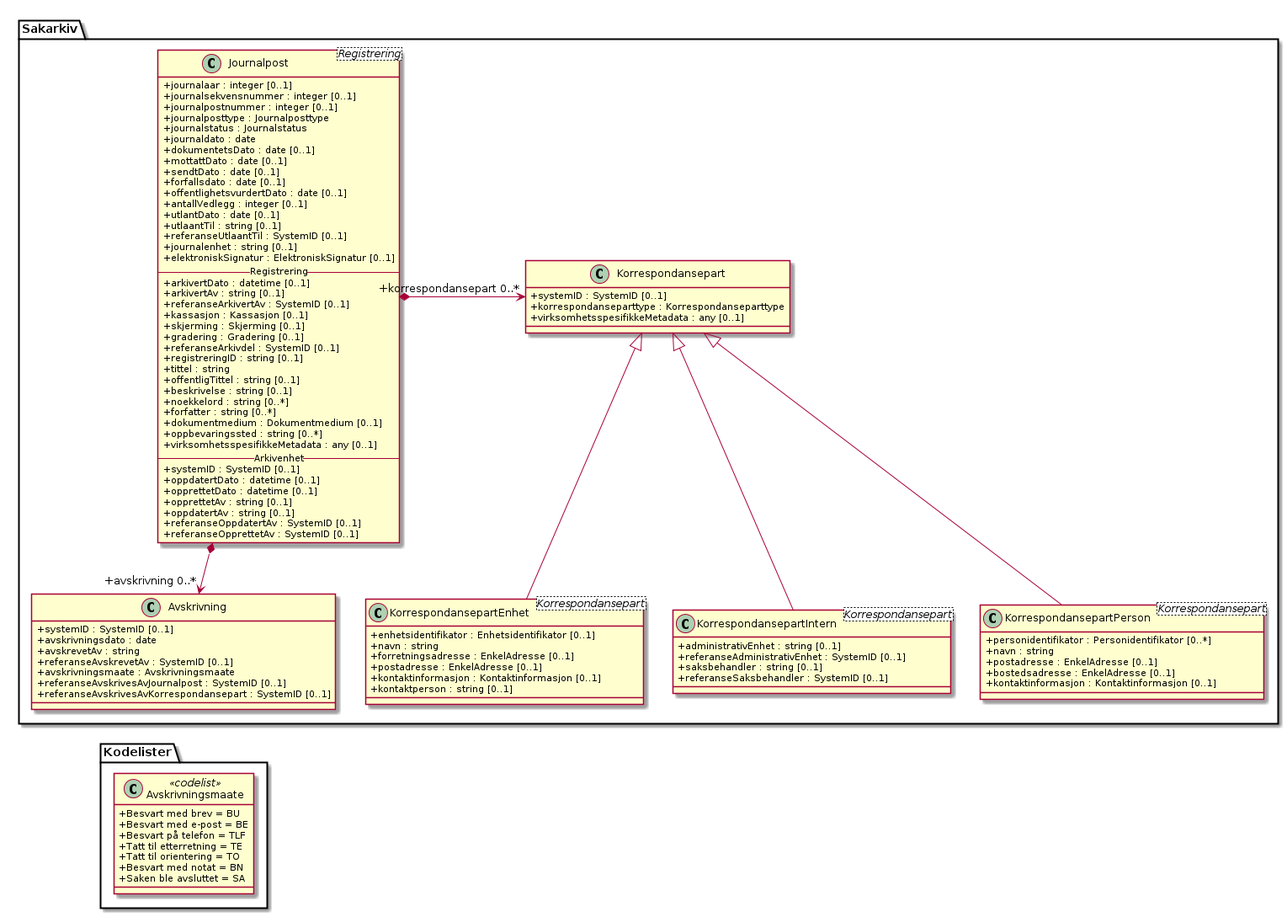
arkivverket/noark5-tjenestegrensesnitt-standard keeps this PlantUML diagram as kapitler/media/uml-klasse-avskrivning.png. Above is the earlier version.
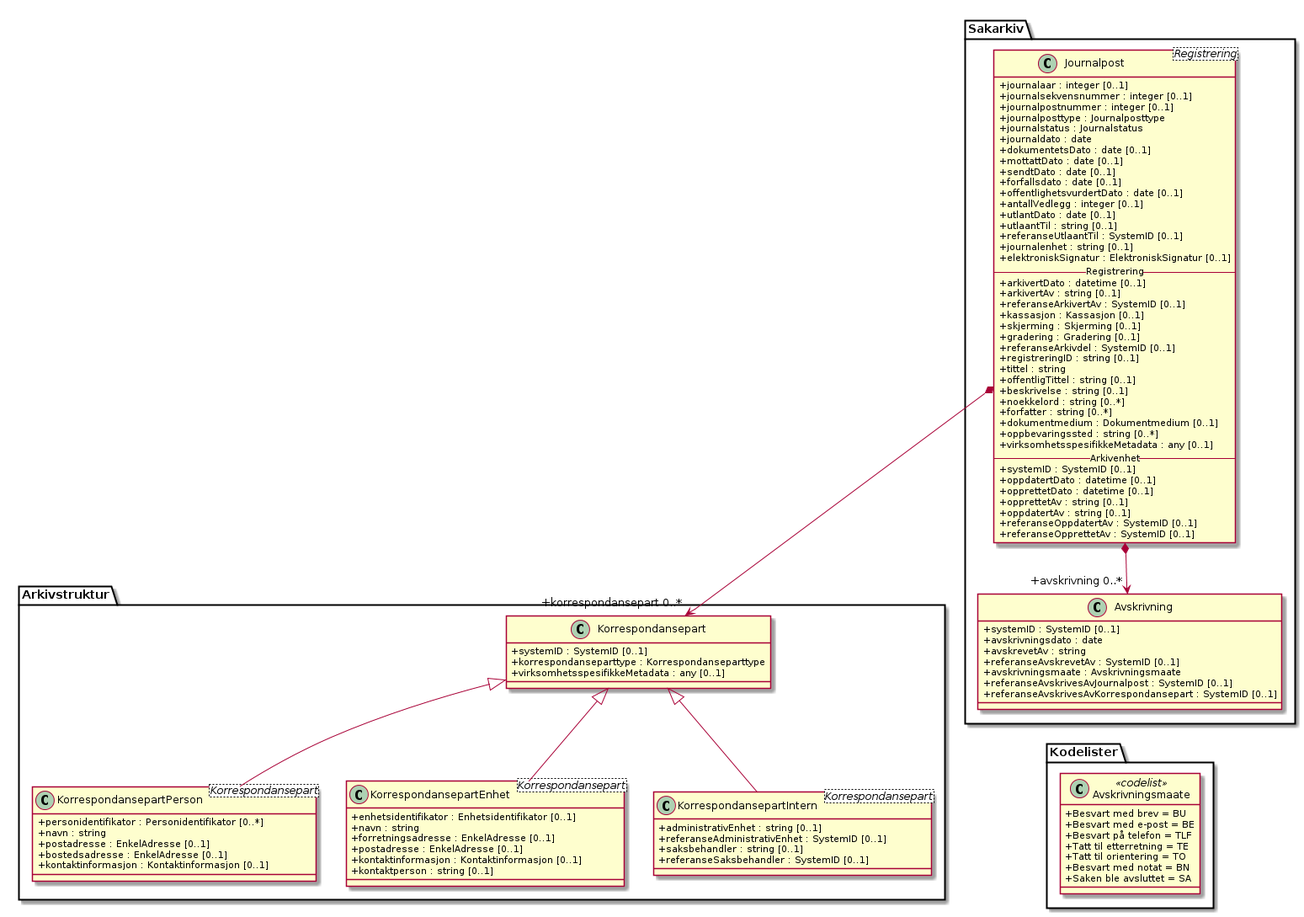
Above is the later version.

Diff of the diagram source:
```diff
@@ -47,19 +47,19 @@
   +referanseOppdatertAv : SystemID [0..1]
   +referanseOpprettetAv : SystemID [0..1]
 }
-class Sakarkiv.Korrespondansepart {
+class Arkivstruktur.Korrespondansepart {
   +systemID : SystemID [0..1]
   +korrespondanseparttype : Korrespondanseparttype
   +virksomhetsspesifikkeMetadata : any [0..1]
 }
-class Sakarkiv.KorrespondansepartPerson <Korrespondansepart> {
+class Arkivstruktur.KorrespondansepartPerson <Korrespondansepart> {
   +personidentifikator : Personidentifikator [0..*]
   +navn : string
   +postadresse : EnkelAdresse [0..1]
   +bostedsadresse : EnkelAdresse [0..1]
   +kontaktinformasjon : Kontaktinformasjon [0..1]
 }
-class Sakarkiv.KorrespondansepartEnhet <Korrespondansepart> {
+class Arkivstruktur.KorrespondansepartEnhet <Korrespondansepart> {
   +enhetsidentifikator : Enhetsidentifikator [0..1]
   +navn : string
   +forretningsadresse : EnkelAdresse [0..1]
@@ -67,7 +67,7 @@
   +kontaktinformasjon : Kontaktinformasjon [0..1]
   +kontaktperson : string [0..1]
 }
-class Sakarkiv.KorrespondansepartIntern <Korrespondansepart> {
+class Arkivstruktur.KorrespondansepartIntern <Korrespondansepart> {
   +administrativEnhet : string [0..1]
   +referanseAdministrativEnhet : SystemID [0..1]
   +saksbehandler : string [0..1]
@@ -92,10 +92,10 @@
   +Saken ble avsluttet = SA
 }
 
-Sakarkiv.Journalpost *-> "+korrespondansepart 0..*" Sakarkiv.Korrespondansepart
-Sakarkiv.Korrespondansepart <|-- Sakarkiv.KorrespondansepartPerson
-Sakarkiv.Korrespondansepart <|-- Sakarkiv.KorrespondansepartEnhet
-Sakarkiv.Korrespondansepart <|-- Sakarkiv.KorrespondansepartIntern
+Sakarkiv.Journalpost *-> "+korrespondansepart 0..*" Arkivstruktur.Korrespondansepart
+Arkivstruktur.Korrespondansepart <|-- Arkivstruktur.KorrespondansepartPerson
+Arkivstruktur.Korrespondansepart <|-- Arkivstruktur.KorrespondansepartEnhet
+Arkivstruktur.Korrespondansepart <|-- Arkivstruktur.KorrespondansepartIntern
 Sakarkiv.Journalpost *--> "+avskrivning 0..*" Sakarkiv.Avskrivning
 Sakarkiv.Avskrivning <-[hidden]- Kodelister.Avskrivningsmaate
 @enduml
```
